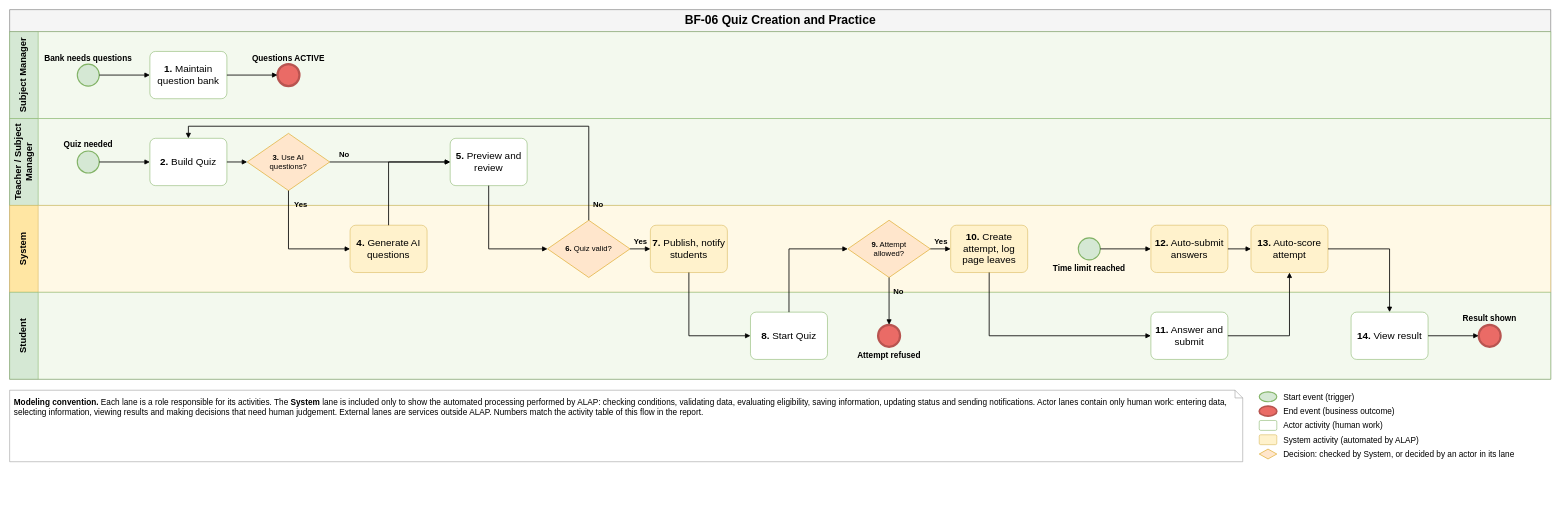
The draw.io diagram aidlc-docs/inception/main-business-flows/BF-06-Quiz-Creation-and-Practice.drawio in hygef-v4/AI-Powered-Learning-Platform, before the edit. Source tidied: cells renumbered, new cells numbered last; positions are measured from the earlier drawing's top-left corner, leaving out a move shared by most shapes. Both pictures are drawn from the tidied source at 55%, with x=0, y=0 at pixel (9, 9).
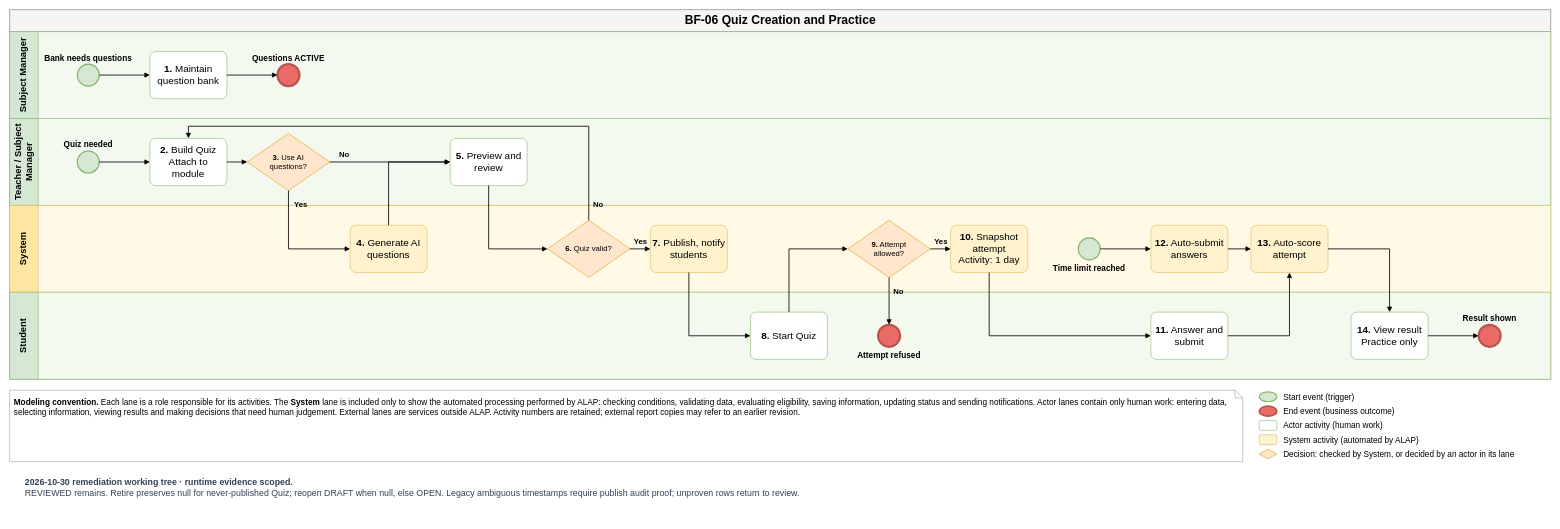
Above is the later version.

The change refers to these unchanged cells:
```xml
<mxCell id="4" value="Teacher / Subject Manager" style="swimlane;startSize=52;horizontal=0;html=1;whiteSpace=wrap;fillColor=#D5E8D4;swimlaneFillColor=#F3F9EE;strokeColor=#82B366;fontSize=17;fontStyle=1;align=center;verticalAlign=middle;spacing=4;" parent="2" vertex="1">
  <mxGeometry y="198" width="2802" height="158" as="geometry" />
</mxCell>
<mxCell id="5" value="System" style="swimlane;startSize=52;horizontal=0;html=1;whiteSpace=wrap;fillColor=#FFE6A3;swimlaneFillColor=#FFF9E6;strokeColor=#D6B656;fontSize=17;fontStyle=1;align=center;verticalAlign=middle;spacing=4;" parent="2" vertex="1">
  <mxGeometry y="356" width="2802" height="158" as="geometry" />
</mxCell>
<mxCell id="6" value="Student" style="swimlane;startSize=52;horizontal=0;html=1;whiteSpace=wrap;fillColor=#D5E8D4;swimlaneFillColor=#F3F9EE;strokeColor=#82B366;fontSize=17;fontStyle=1;align=center;verticalAlign=middle;spacing=4;" parent="2" vertex="1">
  <mxGeometry y="514" width="2802" height="158" as="geometry" />
</mxCell>
```

Change to the diagram source:
```diff
@@
-    <mxCell id="9" value="&lt;b&gt;2.&lt;/b&gt; Build Quiz" style="rounded=1;whiteSpace=wrap;html=1;fillColor=#FFFFFF;strokeColor=#82B366;fontSize=18;spacing=4;arcSize=12;" parent="4" vertex="1">
+    <mxCell id="9" value="&lt;b&gt;2.&lt;/b&gt; Build Quiz&lt;br&gt;Attach to module" style="rounded=1;whiteSpace=wrap;html=1;fillColor=#FFFFFF;strokeColor=#82B366;fontSize=18;spacing=4;arcSize=12;" parent="4" vertex="1">
       <mxGeometry x="255" y="36" width="140" height="86" as="geometry" />
     </mxCell>
@@
-    <mxCell id="17" value="&lt;b&gt;10.&lt;/b&gt; Create attempt, log page leaves" style="rounded=1;whiteSpace=wrap;html=1;fillColor=#FFF2CC;strokeColor=#D6B656;fontSize=18;spacing=4;arcSize=12;" parent="5" vertex="1">
+    <mxCell id="17" value="&lt;b&gt;10.&lt;/b&gt; Snapshot attempt&lt;br&gt;Activity: 1 day" style="rounded=1;whiteSpace=wrap;html=1;fillColor=#FFF2CC;strokeColor=#D6B656;fontSize=18;spacing=4;arcSize=12;" parent="5" vertex="1">
       <mxGeometry x="1711" y="36" width="140" height="86" as="geometry" />
     </mxCell>
@@
-    <mxCell id="21" value="&lt;b&gt;14.&lt;/b&gt; View result" style="rounded=1;whiteSpace=wrap;html=1;fillColor=#FFFFFF;strokeColor=#82B366;fontSize=18;spacing=4;arcSize=12;" parent="6" vertex="1">
+    <mxCell id="21" value="&lt;b&gt;14.&lt;/b&gt; View result&lt;br&gt;Practice only" style="rounded=1;whiteSpace=wrap;html=1;fillColor=#FFFFFF;strokeColor=#82B366;fontSize=18;spacing=4;arcSize=12;" parent="6" vertex="1">
       <mxGeometry x="2439" y="36" width="140" height="86" as="geometry" />
     </mxCell>
@@
-    <mxCell id="47" value="&lt;b&gt;Modeling convention.&lt;/b&gt; Each lane is a role responsible for its activities. The &lt;b&gt;System&lt;/b&gt; lane is included only to show the automated processing performed by ALAP: checking conditions, validating data, evaluating eligibility, saving information, updating status and sending notifications. Actor lanes contain only human work: entering data, selecting information, viewing results and making decisions that need human judgement. External lanes are services outside ALAP. Numbers match the activity table of this flow in the report." style="shape=note;whiteSpace=wrap;html=1;size=14;fillColor=#FFFFFF;strokeColor=#999999;fontSize=15;align=left;verticalAlign=top;spacing=8;" parent="1" vertex="1">
+    <mxCell id="47" value="&lt;b&gt;Modeling convention.&lt;/b&gt; Each lane is a role responsible for its activities. The &lt;b&gt;System&lt;/b&gt; lane is included only to show the automated processing performed by ALAP: checking conditions, validating data, evaluating eligibility, saving information, updating status and sending notifications. Actor lanes contain only human work: entering data, selecting information, viewing results and making decisions that need human judgement. External lanes are services outside ALAP. Activity numbers are retained; external report copies may refer to an earlier revision." style="shape=note;whiteSpace=wrap;html=1;size=14;fillColor=#FFFFFF;strokeColor=#999999;fontSize=15;align=left;verticalAlign=top;spacing=8;" parent="1" vertex="1">
       <mxGeometry y="692" width="2242" height="130" as="geometry" />
     </mxCell>
@@
+    <mxCell id="58" value="&lt;b&gt;2026-10-30 remediation working tree · runtime evidence scoped.&lt;/b&gt;&lt;br&gt;REVIEWED remains. Retire preserves null for never-published Quiz; reopen DRAFT when null, else OPEN. Legacy ambiguous timestamps require publish audit proof; unproven rows return to review." style="text;html=1;whiteSpace=wrap;align=left;verticalAlign=top;fontSize=16;fontColor=#334155;spacing=8;" parent="1" vertex="1">
+      <mxGeometry x="20" y="837" width="2762" height="90" as="geometry" />
+    </mxCell>
```
